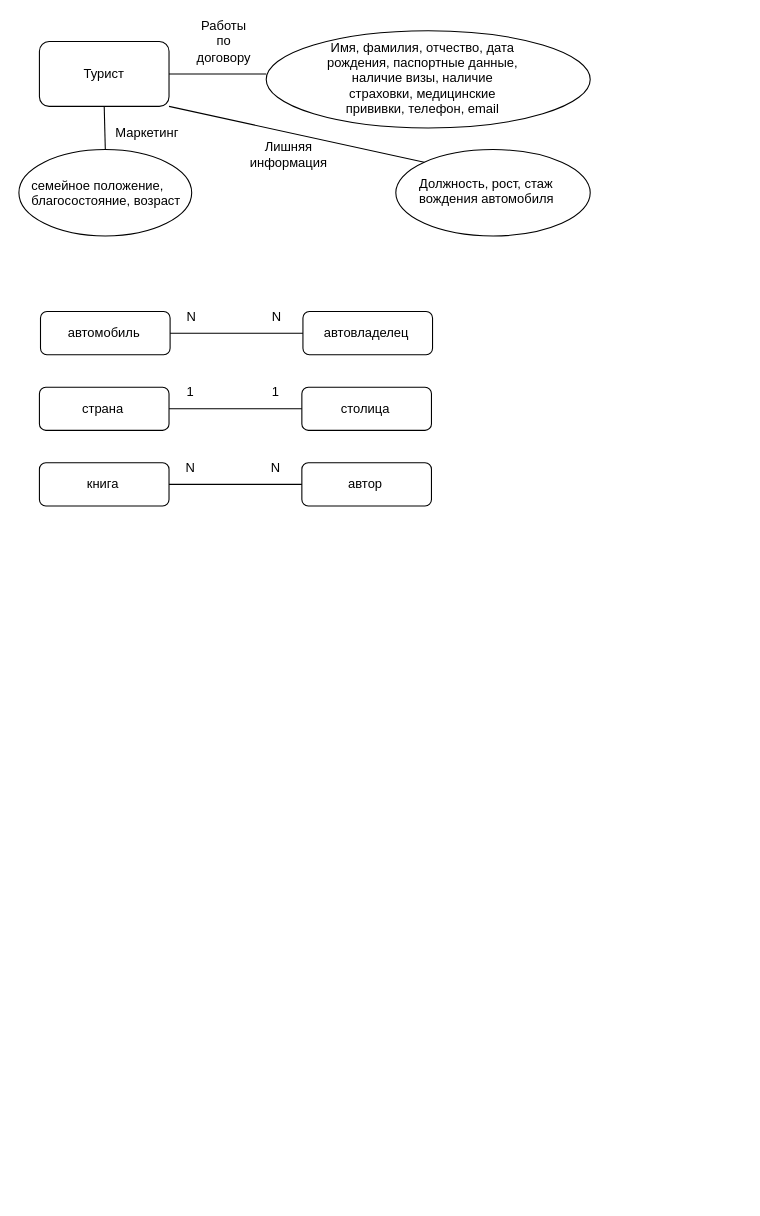
VanShi87/data-engineer-2023-11 keeps this draw.io diagram as Диаграмма без названия2.drawio. Above is the earlier version. Source tidied: cells renumbered, new cells numbered last; positions are measured from the earlier drawing's top-left corner, leaving out a move shared by most shapes. Both pictures are drawn from the tidied source at 108%, with x=0, y=0 at pixel (18, 25).
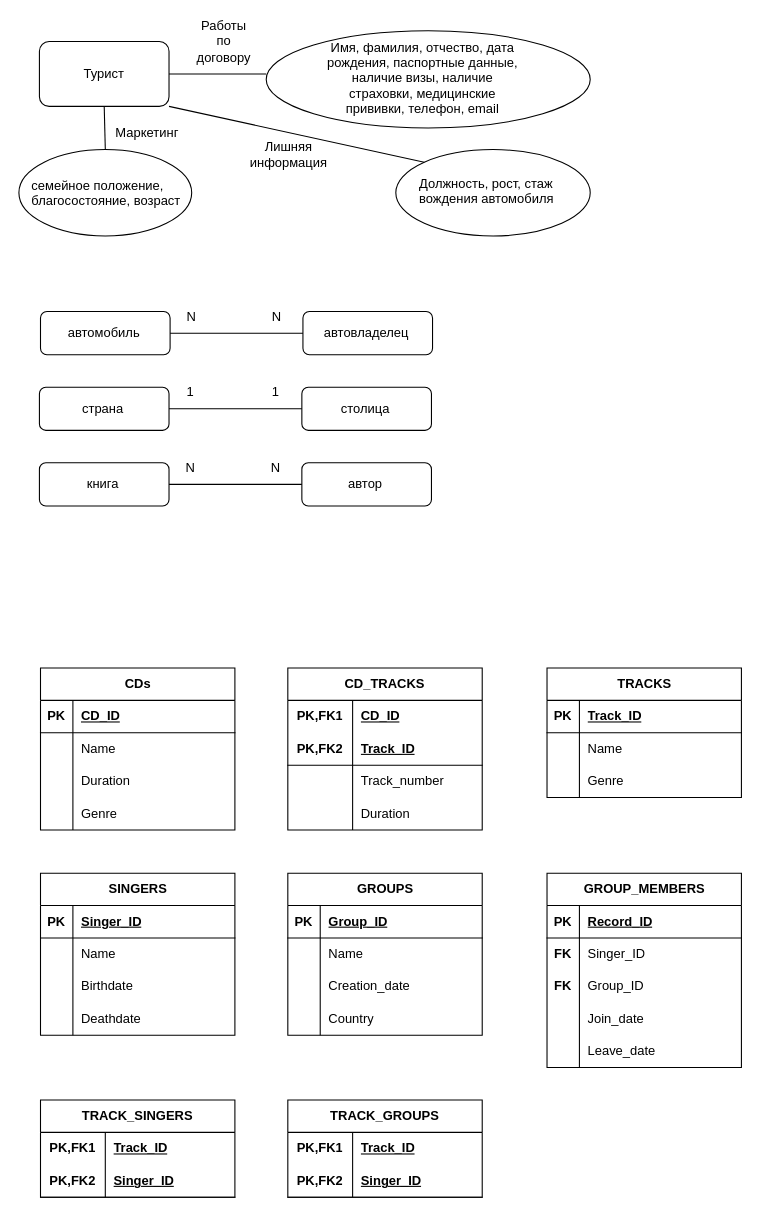
Above is the later version.

The edit, as a diff of the source:
```diff
@@
+    <mxCell id="37" value="CDs" style="shape=table;startSize=30;childLayout=tableLayout;rowLines=0;fontStyle=1;align=center;html=1;" parent="1" vertex="1">
+      <mxGeometry x="20" y="595" width="180" height="150" as="geometry" />
+    </mxCell>
+    <mxCell id="38" style="shape=tableRow;horizontal=0;startSize=0;swimlaneHead=0;swimlaneBody=0;fillColor=none;top=0;left=0;right=0;bottom=1;" parent="37" vertex="1">
+      <mxGeometry y="30" width="180" height="30" as="geometry" />
+    </mxCell>
+    <mxCell id="39" value="PK" style="shape=partialRectangle;fillColor=none;top=0;left=0;bottom=0;right=0;fontStyle=1;overflow=hidden;whiteSpace=wrap;html=1;" parent="38" vertex="1">
+      <mxGeometry width="30" height="30" as="geometry" />
+    </mxCell>
+    <mxCell id="40" value="CD_ID" style="shape=partialRectangle;fillColor=none;top=0;left=0;bottom=0;right=0;align=left;spacingLeft=6;fontStyle=5;overflow=hidden;whiteSpace=wrap;html=1;" parent="38" vertex="1">
+      <mxGeometry x="30" width="150" height="30" as="geometry" />
+    </mxCell>
+    <mxCell id="41" style="shape=tableRow;horizontal=0;startSize=0;swimlaneHead=0;swimlaneBody=0;fillColor=none;top=0;left=0;right=0;bottom=0;" parent="37" vertex="1">
+      <mxGeometry y="60" width="180" height="30" as="geometry" />
+    </mxCell>
+    <mxCell id="42" style="shape=partialRectangle;fillColor=none;top=0;left=0;bottom=0;right=0;overflow=hidden;whiteSpace=wrap;html=1;" parent="41" vertex="1">
+      <mxGeometry width="30" height="30" as="geometry" />
+    </mxCell>
+    <mxCell id="43" value="Name" style="shape=partialRectangle;fillColor=none;top=0;left=0;bottom=0;right=0;align=left;spacingLeft=6;overflow=hidden;whiteSpace=wrap;html=1;" parent="41" vertex="1">
+      <mxGeometry x="30" width="150" height="30" as="geometry" />
+    </mxCell>
+    <mxCell id="44" style="shape=tableRow;horizontal=0;startSize=0;swimlaneHead=0;swimlaneBody=0;fillColor=none;top=0;left=0;right=0;bottom=0;" parent="37" vertex="1">
+      <mxGeometry y="90" width="180" height="30" as="geometry" />
+    </mxCell>
+    <mxCell id="45" style="shape=partialRectangle;fillColor=none;top=0;left=0;bottom=0;right=0;overflow=hidden;whiteSpace=wrap;html=1;" parent="44" vertex="1">
+      <mxGeometry width="30" height="30" as="geometry" />
+    </mxCell>
+    <mxCell id="46" value="Duration" style="shape=partialRectangle;fillColor=none;top=0;left=0;bottom=0;right=0;align=left;spacingLeft=6;overflow=hidden;whiteSpace=wrap;html=1;" parent="44" vertex="1">
+      <mxGeometry x="30" width="150" height="30" as="geometry" />
+    </mxCell>
+    <mxCell id="47" style="shape=tableRow;horizontal=0;startSize=0;swimlaneHead=0;swimlaneBody=0;fillColor=none;top=0;left=0;right=0;bottom=0;" parent="37" vertex="1">
+      <mxGeometry y="120" width="180" height="30" as="geometry" />
+    </mxCell>
+    <mxCell id="48" style="shape=partialRectangle;fillColor=none;top=0;left=0;bottom=0;right=0;overflow=hidden;whiteSpace=wrap;html=1;" parent="47" vertex="1">
+      <mxGeometry width="30" height="30" as="geometry" />
+    </mxCell>
+    <mxCell id="49" value="Genre" style="shape=partialRectangle;fillColor=none;top=0;left=0;bottom=0;right=0;align=left;spacingLeft=6;overflow=hidden;whiteSpace=wrap;html=1;" parent="47" vertex="1">
+      <mxGeometry x="30" width="150" height="30" as="geometry" />
+    </mxCell>
+    <mxCell id="50" value="CD_TRACKS" style="shape=table;startSize=30;childLayout=tableLayout;rowLines=0;fontStyle=1;align=center;html=1;whiteSpace=wrap;" parent="1" vertex="1">
+      <mxGeometry x="249" y="595" width="180" height="150" as="geometry" />
+    </mxCell>
+    <mxCell id="51" style="shape=tableRow;horizontal=0;startSize=0;swimlaneHead=0;swimlaneBody=0;fillColor=none;top=0;left=0;right=0;bottom=0;html=1;" parent="50" vertex="1">
+      <mxGeometry y="30" width="180" height="30" as="geometry" />
+    </mxCell>
+    <mxCell id="52" value="PK,FK1" style="shape=partialRectangle;fillColor=none;top=0;left=0;bottom=0;right=0;fontStyle=1;overflow=hidden;html=1;whiteSpace=wrap;" parent="51" vertex="1">
+      <mxGeometry width="60" height="30" as="geometry" />
+    </mxCell>
+    <mxCell id="53" value="CD_ID" style="shape=partialRectangle;fillColor=none;top=0;left=0;bottom=0;right=0;align=left;spacingLeft=6;fontStyle=5;overflow=hidden;html=1;whiteSpace=wrap;" parent="51" vertex="1">
+      <mxGeometry x="60" width="120" height="30" as="geometry" />
+    </mxCell>
+    <mxCell id="54" style="shape=tableRow;horizontal=0;startSize=0;swimlaneHead=0;swimlaneBody=0;fillColor=none;top=0;left=0;right=0;bottom=1;html=1;" parent="50" vertex="1">
+      <mxGeometry y="60" width="180" height="30" as="geometry" />
+    </mxCell>
+    <mxCell id="55" value="PK,FK2" style="shape=partialRectangle;fillColor=none;top=0;left=0;bottom=0;right=0;fontStyle=1;overflow=hidden;html=1;whiteSpace=wrap;" parent="54" vertex="1">
+      <mxGeometry width="60" height="30" as="geometry" />
+    </mxCell>
+    <mxCell id="56" value="Track_ID" style="shape=partialRectangle;fillColor=none;top=0;left=0;bottom=0;right=0;align=left;spacingLeft=6;fontStyle=5;overflow=hidden;html=1;whiteSpace=wrap;" parent="54" vertex="1">
+      <mxGeometry x="60" width="120" height="30" as="geometry" />
+    </mxCell>
+    <mxCell id="57" style="shape=tableRow;horizontal=0;startSize=0;swimlaneHead=0;swimlaneBody=0;fillColor=none;top=0;left=0;right=0;bottom=0;html=1;" parent="50" vertex="1">
+      <mxGeometry y="90" width="180" height="30" as="geometry" />
+    </mxCell>
+    <mxCell id="58" style="shape=partialRectangle;fillColor=none;top=0;left=0;bottom=0;right=0;overflow=hidden;html=1;whiteSpace=wrap;" parent="57" vertex="1">
+      <mxGeometry width="60" height="30" as="geometry" />
+    </mxCell>
+    <mxCell id="59" value="Track_number" style="shape=partialRectangle;fillColor=none;top=0;left=0;bottom=0;right=0;align=left;spacingLeft=6;overflow=hidden;html=1;whiteSpace=wrap;" parent="57" vertex="1">
+      <mxGeometry x="60" width="120" height="30" as="geometry" />
+    </mxCell>
+    <mxCell id="60" style="shape=tableRow;horizontal=0;startSize=0;swimlaneHead=0;swimlaneBody=0;fillColor=none;top=0;left=0;right=0;bottom=0;html=1;" parent="50" vertex="1">
+      <mxGeometry y="120" width="180" height="30" as="geometry" />
+    </mxCell>
+    <mxCell id="61" style="shape=partialRectangle;fillColor=none;top=0;left=0;bottom=0;right=0;overflow=hidden;html=1;whiteSpace=wrap;" parent="60" vertex="1">
+      <mxGeometry width="60" height="30" as="geometry" />
+    </mxCell>
+    <mxCell id="62" value="Duration" style="shape=partialRectangle;fillColor=none;top=0;left=0;bottom=0;right=0;align=left;spacingLeft=6;overflow=hidden;html=1;whiteSpace=wrap;" parent="60" vertex="1">
+      <mxGeometry x="60" width="120" height="30" as="geometry" />
+    </mxCell>
+    <mxCell id="63" value="TRACKS" style="shape=table;startSize=30;childLayout=tableLayout;rowLines=0;fontStyle=1;align=center;html=1;" parent="1" vertex="1">
+      <mxGeometry x="489" y="595" width="180" height="120" as="geometry" />
+    </mxCell>
+    <mxCell id="64" style="shape=tableRow;horizontal=0;startSize=0;swimlaneHead=0;swimlaneBody=0;fillColor=none;top=0;left=0;right=0;bottom=1;" parent="63" vertex="1">
+      <mxGeometry y="30" width="180" height="30" as="geometry" />
+    </mxCell>
+    <mxCell id="65" value="PK" style="shape=partialRectangle;fillColor=none;top=0;left=0;bottom=0;right=0;fontStyle=1;overflow=hidden;whiteSpace=wrap;html=1;" parent="64" vertex="1">
+      <mxGeometry width="30" height="30" as="geometry" />
+    </mxCell>
+    <mxCell id="66" value="Track_ID" style="shape=partialRectangle;fillColor=none;top=0;left=0;bottom=0;right=0;align=left;spacingLeft=6;fontStyle=5;overflow=hidden;whiteSpace=wrap;html=1;" parent="64" vertex="1">
+      <mxGeometry x="30" width="150" height="30" as="geometry" />
+    </mxCell>
+    <mxCell id="67" style="shape=tableRow;horizontal=0;startSize=0;swimlaneHead=0;swimlaneBody=0;fillColor=none;top=0;left=0;right=0;bottom=0;" parent="63" vertex="1">
+      <mxGeometry y="60" width="180" height="30" as="geometry" />
+    </mxCell>
+    <mxCell id="68" style="shape=partialRectangle;fillColor=none;top=0;left=0;bottom=0;right=0;overflow=hidden;whiteSpace=wrap;html=1;" parent="67" vertex="1">
+      <mxGeometry width="30" height="30" as="geometry" />
+    </mxCell>
+    <mxCell id="69" value="Name" style="shape=partialRectangle;fillColor=none;top=0;left=0;bottom=0;right=0;align=left;spacingLeft=6;overflow=hidden;whiteSpace=wrap;html=1;" parent="67" vertex="1">
+      <mxGeometry x="30" width="150" height="30" as="geometry" />
+    </mxCell>
+    <mxCell id="70" style="shape=tableRow;horizontal=0;startSize=0;swimlaneHead=0;swimlaneBody=0;fillColor=none;top=0;left=0;right=0;bottom=0;" parent="63" vertex="1">
+      <mxGeometry y="90" width="180" height="30" as="geometry" />
+    </mxCell>
+    <mxCell id="71" style="shape=partialRectangle;fillColor=none;top=0;left=0;bottom=0;right=0;overflow=hidden;whiteSpace=wrap;html=1;" parent="70" vertex="1">
+      <mxGeometry width="30" height="30" as="geometry" />
+    </mxCell>
+    <mxCell id="72" value="Genre" style="shape=partialRectangle;fillColor=none;top=0;left=0;bottom=0;right=0;align=left;spacingLeft=6;overflow=hidden;whiteSpace=wrap;html=1;" parent="70" vertex="1">
+      <mxGeometry x="30" width="150" height="30" as="geometry" />
+    </mxCell>
+    <mxCell id="73" value="SINGERS" style="shape=table;startSize=30;childLayout=tableLayout;rowLines=0;fontStyle=1;align=center;html=1;" parent="1" vertex="1">
+      <mxGeometry x="20" y="785" width="180" height="150" as="geometry" />
+    </mxCell>
+    <mxCell id="74" style="shape=tableRow;horizontal=0;startSize=0;swimlaneHead=0;swimlaneBody=0;fillColor=none;top=0;left=0;right=0;bottom=1;" parent="73" vertex="1">
+      <mxGeometry y="30" width="180" height="30" as="geometry" />
+    </mxCell>
+    <mxCell id="75" value="PK" style="shape=partialRectangle;fillColor=none;top=0;left=0;bottom=0;right=0;fontStyle=1;overflow=hidden;whiteSpace=wrap;html=1;" parent="74" vertex="1">
+      <mxGeometry width="30" height="30" as="geometry" />
+    </mxCell>
+    <mxCell id="76" value="Singer_ID" style="shape=partialRectangle;fillColor=none;top=0;left=0;bottom=0;right=0;align=left;spacingLeft=6;fontStyle=5;overflow=hidden;whiteSpace=wrap;html=1;" parent="74" vertex="1">
+      <mxGeometry x="30" width="150" height="30" as="geometry" />
+    </mxCell>
+    <mxCell id="77" style="shape=tableRow;horizontal=0;startSize=0;swimlaneHead=0;swimlaneBody=0;fillColor=none;top=0;left=0;right=0;bottom=0;" parent="73" vertex="1">
+      <mxGeometry y="60" width="180" height="30" as="geometry" />
+    </mxCell>
+    <mxCell id="78" style="shape=partialRectangle;fillColor=none;top=0;left=0;bottom=0;right=0;overflow=hidden;whiteSpace=wrap;html=1;" parent="77" vertex="1">
+      <mxGeometry width="30" height="30" as="geometry" />
+    </mxCell>
+    <mxCell id="79" value="Name" style="shape=partialRectangle;fillColor=none;top=0;left=0;bottom=0;right=0;align=left;spacingLeft=6;overflow=hidden;whiteSpace=wrap;html=1;" parent="77" vertex="1">
+      <mxGeometry x="30" width="150" height="30" as="geometry" />
+    </mxCell>
+    <mxCell id="80" style="shape=tableRow;horizontal=0;startSize=0;swimlaneHead=0;swimlaneBody=0;fillColor=none;top=0;left=0;right=0;bottom=0;" parent="73" vertex="1">
+      <mxGeometry y="90" width="180" height="30" as="geometry" />
+    </mxCell>
+    <mxCell id="81" style="shape=partialRectangle;fillColor=none;top=0;left=0;bottom=0;right=0;overflow=hidden;whiteSpace=wrap;html=1;" parent="80" vertex="1">
+      <mxGeometry width="30" height="30" as="geometry" />
+    </mxCell>
+    <mxCell id="82" value="Birthdate" style="shape=partialRectangle;fillColor=none;top=0;left=0;bottom=0;right=0;align=left;spacingLeft=6;overflow=hidden;whiteSpace=wrap;html=1;" parent="80" vertex="1">
+      <mxGeometry x="30" width="150" height="30" as="geometry" />
+    </mxCell>
+    <mxCell id="83" style="shape=tableRow;horizontal=0;startSize=0;swimlaneHead=0;swimlaneBody=0;fillColor=none;top=0;left=0;right=0;bottom=0;" parent="73" vertex="1">
+      <mxGeometry y="120" width="180" height="30" as="geometry" />
+    </mxCell>
+    <mxCell id="84" style="shape=partialRectangle;fillColor=none;top=0;left=0;bottom=0;right=0;overflow=hidden;whiteSpace=wrap;html=1;" parent="83" vertex="1">
+      <mxGeometry width="30" height="30" as="geometry" />
+    </mxCell>
+    <mxCell id="85" value="Deathdate" style="shape=partialRectangle;fillColor=none;top=0;left=0;bottom=0;right=0;align=left;spacingLeft=6;overflow=hidden;whiteSpace=wrap;html=1;" parent="83" vertex="1">
+      <mxGeometry x="30" width="150" height="30" as="geometry" />
+    </mxCell>
+    <mxCell id="86" value="GROUPS" style="shape=table;startSize=30;childLayout=tableLayout;rowLines=0;fontStyle=1;align=center;html=1;" parent="1" vertex="1">
+      <mxGeometry x="249" y="785" width="180" height="150" as="geometry" />
+    </mxCell>
+    <mxCell id="87" style="shape=tableRow;horizontal=0;startSize=0;swimlaneHead=0;swimlaneBody=0;fillColor=none;top=0;left=0;right=0;bottom=1;" parent="86" vertex="1">
+      <mxGeometry y="30" width="180" height="30" as="geometry" />
+    </mxCell>
+    <mxCell id="88" value="PK" style="shape=partialRectangle;fillColor=none;top=0;left=0;bottom=0;right=0;fontStyle=1;overflow=hidden;whiteSpace=wrap;html=1;" parent="87" vertex="1">
+      <mxGeometry width="30" height="30" as="geometry" />
+    </mxCell>
+    <mxCell id="89" value="Group_ID" style="shape=partialRectangle;fillColor=none;top=0;left=0;bottom=0;right=0;align=left;spacingLeft=6;fontStyle=5;overflow=hidden;whiteSpace=wrap;html=1;" parent="87" vertex="1">
+      <mxGeometry x="30" width="150" height="30" as="geometry" />
+    </mxCell>
+    <mxCell id="90" style="shape=tableRow;horizontal=0;startSize=0;swimlaneHead=0;swimlaneBody=0;fillColor=none;top=0;left=0;right=0;bottom=0;" parent="86" vertex="1">
+      <mxGeometry y="60" width="180" height="30" as="geometry" />
+    </mxCell>
+    <mxCell id="91" style="shape=partialRectangle;fillColor=none;top=0;left=0;bottom=0;right=0;overflow=hidden;whiteSpace=wrap;html=1;" parent="90" vertex="1">
+      <mxGeometry width="30" height="30" as="geometry" />
+    </mxCell>
+    <mxCell id="92" value="Name" style="shape=partialRectangle;fillColor=none;top=0;left=0;bottom=0;right=0;align=left;spacingLeft=6;overflow=hidden;whiteSpace=wrap;html=1;" parent="90" vertex="1">
+      <mxGeometry x="30" width="150" height="30" as="geometry" />
+    </mxCell>
+    <mxCell id="93" style="shape=tableRow;horizontal=0;startSize=0;swimlaneHead=0;swimlaneBody=0;fillColor=none;top=0;left=0;right=0;bottom=0;" parent="86" vertex="1">
+      <mxGeometry y="90" width="180" height="30" as="geometry" />
+    </mxCell>
+    <mxCell id="94" style="shape=partialRectangle;fillColor=none;top=0;left=0;bottom=0;right=0;overflow=hidden;whiteSpace=wrap;html=1;" parent="93" vertex="1">
+      <mxGeometry width="30" height="30" as="geometry" />
+    </mxCell>
+    <mxCell id="95" value="Creation_date" style="shape=partialRectangle;fillColor=none;top=0;left=0;bottom=0;right=0;align=left;spacingLeft=6;overflow=hidden;whiteSpace=wrap;html=1;" parent="93" vertex="1">
+      <mxGeometry x="30" width="150" height="30" as="geometry" />
+    </mxCell>
+    <mxCell id="96" style="shape=tableRow;horizontal=0;startSize=0;swimlaneHead=0;swimlaneBody=0;fillColor=none;top=0;left=0;right=0;bottom=0;" parent="86" vertex="1">
+      <mxGeometry y="120" width="180" height="30" as="geometry" />
+    </mxCell>
+    <mxCell id="97" style="shape=partialRectangle;fillColor=none;top=0;left=0;bottom=0;right=0;overflow=hidden;whiteSpace=wrap;html=1;" parent="96" vertex="1">
+      <mxGeometry width="30" height="30" as="geometry" />
+    </mxCell>
+    <mxCell id="98" value="Country" style="shape=partialRectangle;fillColor=none;top=0;left=0;bottom=0;right=0;align=left;spacingLeft=6;overflow=hidden;whiteSpace=wrap;html=1;" parent="96" vertex="1">
+      <mxGeometry x="30" width="150" height="30" as="geometry" />
+    </mxCell>
+    <mxCell id="99" value="TRACK_SINGERS" style="shape=table;startSize=30;childLayout=tableLayout;rowLines=0;fontStyle=1;align=center;html=1;whiteSpace=wrap;" parent="1" vertex="1">
+      <mxGeometry x="20" y="995" width="180" height="90" as="geometry" />
+    </mxCell>
+    <mxCell id="100" style="shape=tableRow;horizontal=0;startSize=0;swimlaneHead=0;swimlaneBody=0;fillColor=none;top=0;left=0;right=0;bottom=0;html=1;" parent="99" vertex="1">
+      <mxGeometry y="30" width="180" height="30" as="geometry" />
+    </mxCell>
+    <mxCell id="101" value="PK,FK1" style="shape=partialRectangle;fillColor=none;top=0;left=0;bottom=0;right=0;fontStyle=1;overflow=hidden;html=1;whiteSpace=wrap;" parent="100" vertex="1">
+      <mxGeometry width="60" height="30" as="geometry" />
+    </mxCell>
+    <mxCell id="102" value="Track_ID" style="shape=partialRectangle;fillColor=none;top=0;left=0;bottom=0;right=0;align=left;spacingLeft=6;fontStyle=5;overflow=hidden;html=1;whiteSpace=wrap;" parent="100" vertex="1">
+      <mxGeometry x="60" width="120" height="30" as="geometry" />
+    </mxCell>
+    <mxCell id="103" style="shape=tableRow;horizontal=0;startSize=0;swimlaneHead=0;swimlaneBody=0;fillColor=none;top=0;left=0;right=0;bottom=1;html=1;" parent="99" vertex="1">
+      <mxGeometry y="60" width="180" height="30" as="geometry" />
+    </mxCell>
+    <mxCell id="104" value="PK,FK2" style="shape=partialRectangle;fillColor=none;top=0;left=0;bottom=0;right=0;fontStyle=1;overflow=hidden;html=1;whiteSpace=wrap;" parent="103" vertex="1">
+      <mxGeometry width="60" height="30" as="geometry" />
+    </mxCell>
+    <mxCell id="105" value="Singer_ID" style="shape=partialRectangle;fillColor=none;top=0;left=0;bottom=0;right=0;align=left;spacingLeft=6;fontStyle=5;overflow=hidden;html=1;whiteSpace=wrap;" parent="103" vertex="1">
+      <mxGeometry x="60" width="120" height="30" as="geometry" />
+    </mxCell>
+    <mxCell id="106" value="TRACK_GROUPS" style="shape=table;startSize=30;childLayout=tableLayout;rowLines=0;fontStyle=1;align=center;html=1;whiteSpace=wrap;" parent="1" vertex="1">
+      <mxGeometry x="249" y="995" width="180" height="90" as="geometry" />
+    </mxCell>
+    <mxCell id="107" style="shape=tableRow;horizontal=0;startSize=0;swimlaneHead=0;swimlaneBody=0;fillColor=none;top=0;left=0;right=0;bottom=0;html=1;" parent="106" vertex="1">
+      <mxGeometry y="30" width="180" height="30" as="geometry" />
+    </mxCell>
+    <mxCell id="108" value="PK,FK1" style="shape=partialRectangle;fillColor=none;top=0;left=0;bottom=0;right=0;fontStyle=1;overflow=hidden;html=1;whiteSpace=wrap;" parent="107" vertex="1">
+      <mxGeometry width="60" height="30" as="geometry" />
+    </mxCell>
+    <mxCell id="109" value="Track_ID" style="shape=partialRectangle;fillColor=none;top=0;left=0;bottom=0;right=0;align=left;spacingLeft=6;fontStyle=5;overflow=hidden;html=1;whiteSpace=wrap;" parent="107" vertex="1">
+      <mxGeometry x="60" width="120" height="30" as="geometry" />
+    </mxCell>
+    <mxCell id="110" style="shape=tableRow;horizontal=0;startSize=0;swimlaneHead=0;swimlaneBody=0;fillColor=none;top=0;left=0;right=0;bottom=1;html=1;" parent="106" vertex="1">
+      <mxGeometry y="60" width="180" height="30" as="geometry" />
+    </mxCell>
+    <mxCell id="111" value="PK,FK2" style="shape=partialRectangle;fillColor=none;top=0;left=0;bottom=0;right=0;fontStyle=1;overflow=hidden;html=1;whiteSpace=wrap;" parent="110" vertex="1">
+      <mxGeometry width="60" height="30" as="geometry" />
+    </mxCell>
+    <mxCell id="112" value="Singer_ID" style="shape=partialRectangle;fillColor=none;top=0;left=0;bottom=0;right=0;align=left;spacingLeft=6;fontStyle=5;overflow=hidden;html=1;whiteSpace=wrap;" parent="110" vertex="1">
+      <mxGeometry x="60" width="120" height="30" as="geometry" />
+    </mxCell>
+    <mxCell id="113" value="GROUP_MEMBERS" style="shape=table;startSize=30;childLayout=tableLayout;rowLines=0;fontStyle=1;align=center;html=1;" parent="1" vertex="1">
+      <mxGeometry x="489" y="785" width="180" height="180" as="geometry" />
+    </mxCell>
+    <mxCell id="114" style="shape=tableRow;horizontal=0;startSize=0;swimlaneHead=0;swimlaneBody=0;fillColor=none;top=0;left=0;right=0;bottom=1;" parent="113" vertex="1">
+      <mxGeometry y="30" width="180" height="30" as="geometry" />
+    </mxCell>
+    <mxCell id="115" value="PK" style="shape=partialRectangle;fillColor=none;top=0;left=0;bottom=0;right=0;fontStyle=1;overflow=hidden;whiteSpace=wrap;html=1;" parent="114" vertex="1">
+      <mxGeometry width="30" height="30" as="geometry" />
+    </mxCell>
+    <mxCell id="116" value="Record_ID" style="shape=partialRectangle;fillColor=none;top=0;left=0;bottom=0;right=0;align=left;spacingLeft=6;fontStyle=5;overflow=hidden;whiteSpace=wrap;html=1;" parent="114" vertex="1">
+      <mxGeometry x="30" width="150" height="30" as="geometry" />
+    </mxCell>
+    <mxCell id="117" style="shape=tableRow;horizontal=0;startSize=0;swimlaneHead=0;swimlaneBody=0;fillColor=none;top=0;left=0;right=0;bottom=0;" parent="113" vertex="1">
+      <mxGeometry y="60" width="180" height="30" as="geometry" />
+    </mxCell>
+    <mxCell id="118" value="FK" style="shape=partialRectangle;fillColor=none;top=0;left=0;bottom=0;right=0;overflow=hidden;whiteSpace=wrap;html=1;fontStyle=1;" parent="117" vertex="1">
+      <mxGeometry width="30" height="30" as="geometry" />
+    </mxCell>
+    <mxCell id="119" value="Singer_ID" style="shape=partialRectangle;fillColor=none;top=0;left=0;bottom=0;right=0;align=left;spacingLeft=6;overflow=hidden;whiteSpace=wrap;html=1;" parent="117" vertex="1">
+      <mxGeometry x="30" width="150" height="30" as="geometry" />
+    </mxCell>
+    <mxCell id="120" style="shape=tableRow;horizontal=0;startSize=0;swimlaneHead=0;swimlaneBody=0;fillColor=none;top=0;left=0;right=0;bottom=0;" parent="113" vertex="1">
+      <mxGeometry y="90" width="180" height="30" as="geometry" />
+    </mxCell>
+    <mxCell id="121" value="FK" style="shape=partialRectangle;fillColor=none;top=0;left=0;bottom=0;right=0;overflow=hidden;whiteSpace=wrap;html=1;fontStyle=1;" parent="120" vertex="1">
+      <mxGeometry width="30" height="30" as="geometry" />
+    </mxCell>
+    <mxCell id="122" value="Group_ID" style="shape=partialRectangle;fillColor=none;top=0;left=0;bottom=0;right=0;align=left;spacingLeft=6;overflow=hidden;whiteSpace=wrap;html=1;" parent="120" vertex="1">
+      <mxGeometry x="30" width="150" height="30" as="geometry" />
+    </mxCell>
+    <mxCell id="123" style="shape=tableRow;horizontal=0;startSize=0;swimlaneHead=0;swimlaneBody=0;fillColor=none;top=0;left=0;right=0;bottom=0;" parent="113" vertex="1">
+      <mxGeometry y="120" width="180" height="30" as="geometry" />
+    </mxCell>
+    <mxCell id="124" style="shape=partialRectangle;fillColor=none;top=0;left=0;bottom=0;right=0;overflow=hidden;whiteSpace=wrap;html=1;" parent="123" vertex="1">
+      <mxGeometry width="30" height="30" as="geometry" />
+    </mxCell>
+    <mxCell id="125" value="Join_date" style="shape=partialRectangle;fillColor=none;top=0;left=0;bottom=0;right=0;align=left;spacingLeft=6;overflow=hidden;whiteSpace=wrap;html=1;" parent="123" vertex="1">
+      <mxGeometry x="30" width="150" height="30" as="geometry" />
+    </mxCell>
+    <mxCell id="126" style="shape=tableRow;horizontal=0;startSize=0;swimlaneHead=0;swimlaneBody=0;fillColor=none;top=0;left=0;right=0;bottom=0;" parent="113" vertex="1">
+      <mxGeometry y="150" width="180" height="30" as="geometry" />
+    </mxCell>
+    <mxCell id="127" style="shape=partialRectangle;fillColor=none;top=0;left=0;bottom=0;right=0;overflow=hidden;whiteSpace=wrap;html=1;" parent="126" vertex="1">
+      <mxGeometry width="30" height="30" as="geometry" />
+    </mxCell>
+    <mxCell id="128" value="Leave_date" style="shape=partialRectangle;fillColor=none;top=0;left=0;bottom=0;right=0;align=left;spacingLeft=6;overflow=hidden;whiteSpace=wrap;html=1;" parent="126" vertex="1">
+      <mxGeometry x="30" width="150" height="30" as="geometry" />
+    </mxCell>
```
